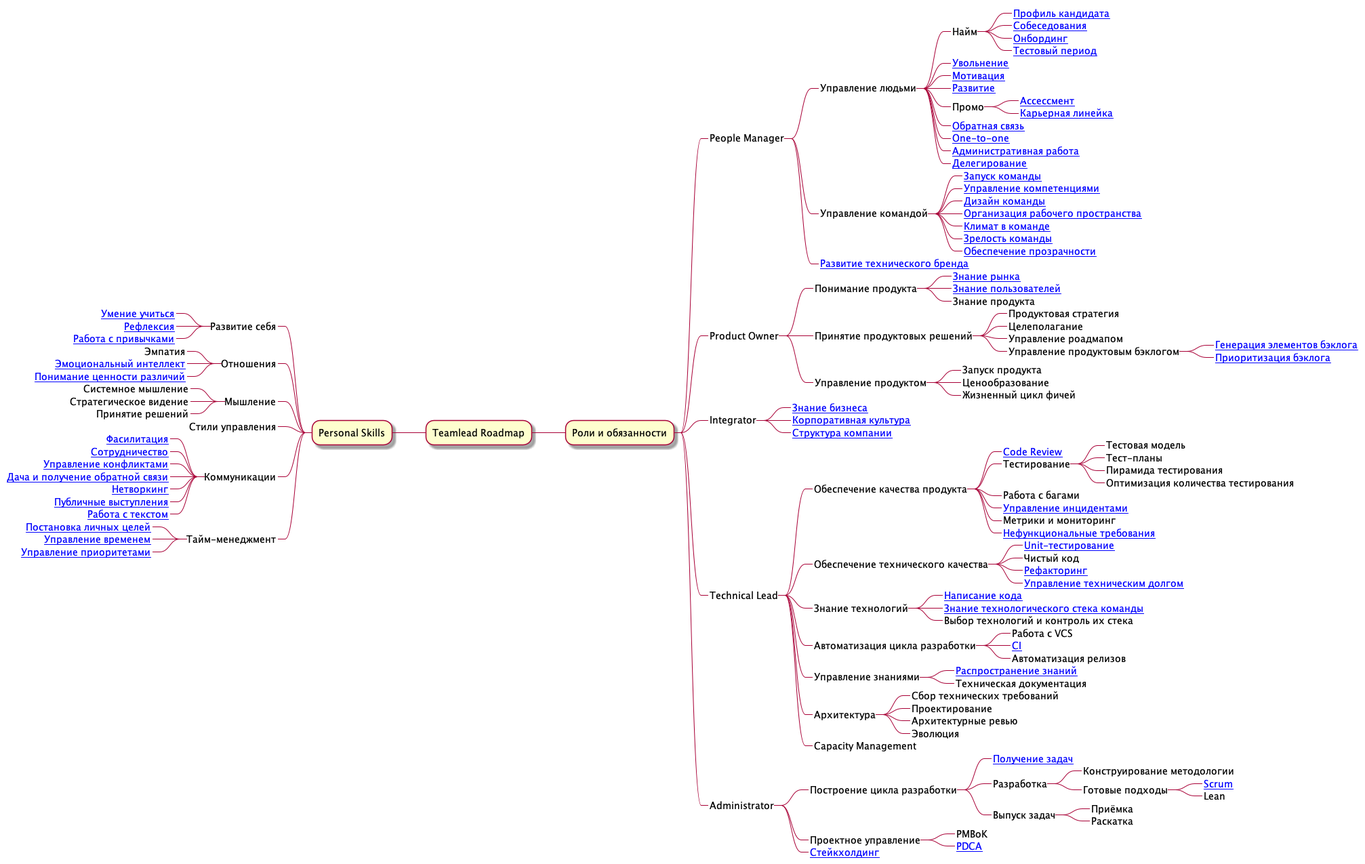
This is roadmap.png from tlbootcamp/tlroadmap, a PlantUML export, as it was before one commit.
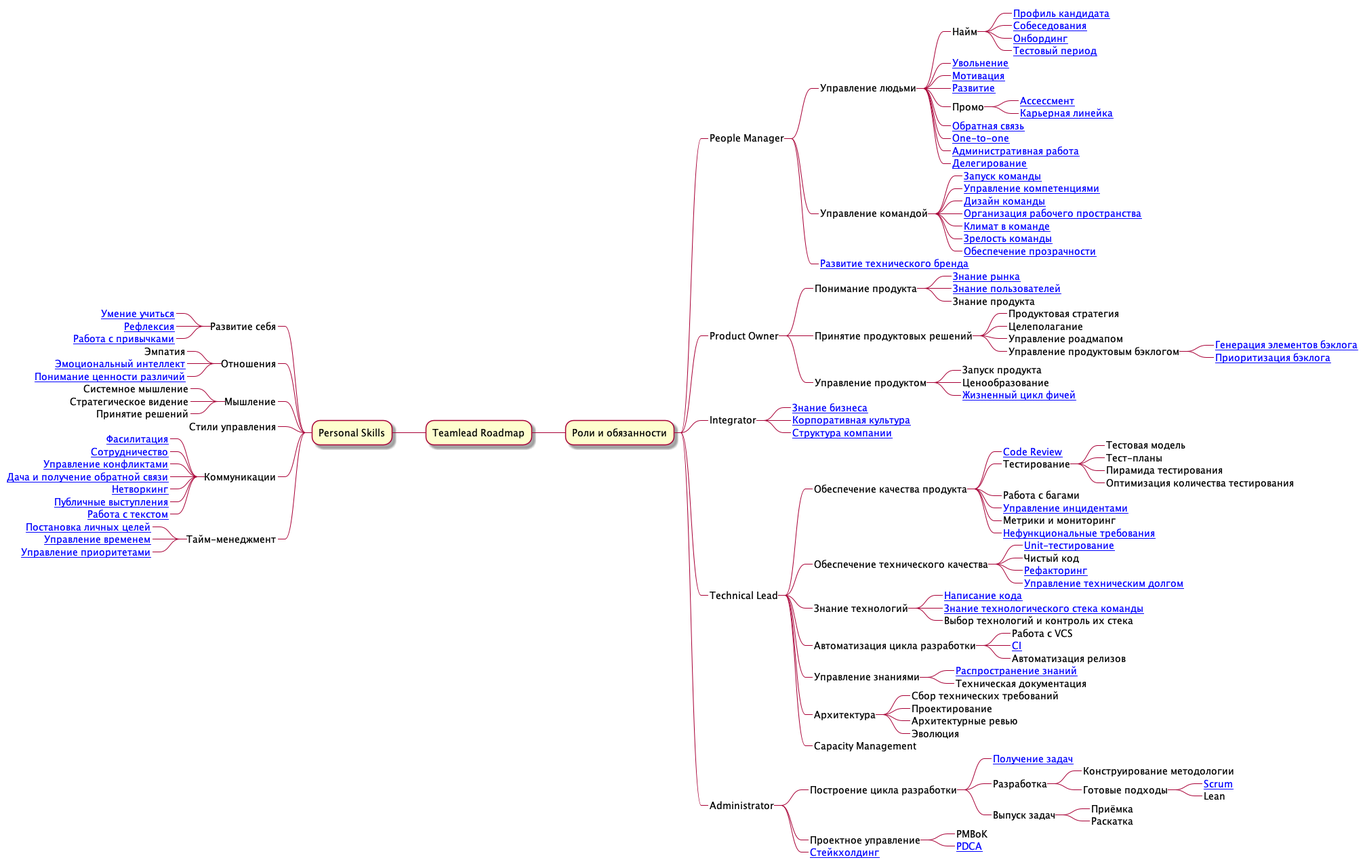
The same file after the commit.

Change to the diagram source:
```diff
@@ -42,7 +42,7 @@
 ****_ Управление продуктом
 *****_ Запуск продукта
 *****_ Ценообразование
-*****_ Жизненный цикл фичей
+*****_ [[https://github.com/tlbootcamp/tlroadmap/blob/master/skills/product-owner/feature-lifecycle.md Жизненный цикл фичей]]
 ***_ Integrator
 ****_ [[https://github.com/tlbootcamp/tlroadmap/blob/master/skills/integrator/business-knowledge.md Знание бизнеса]]
 ****_ [[https://github.com/tlbootcamp/tlroadmap/blob/master/skills/integrator/corporate-culture.md Корпоративная культура]]
```
